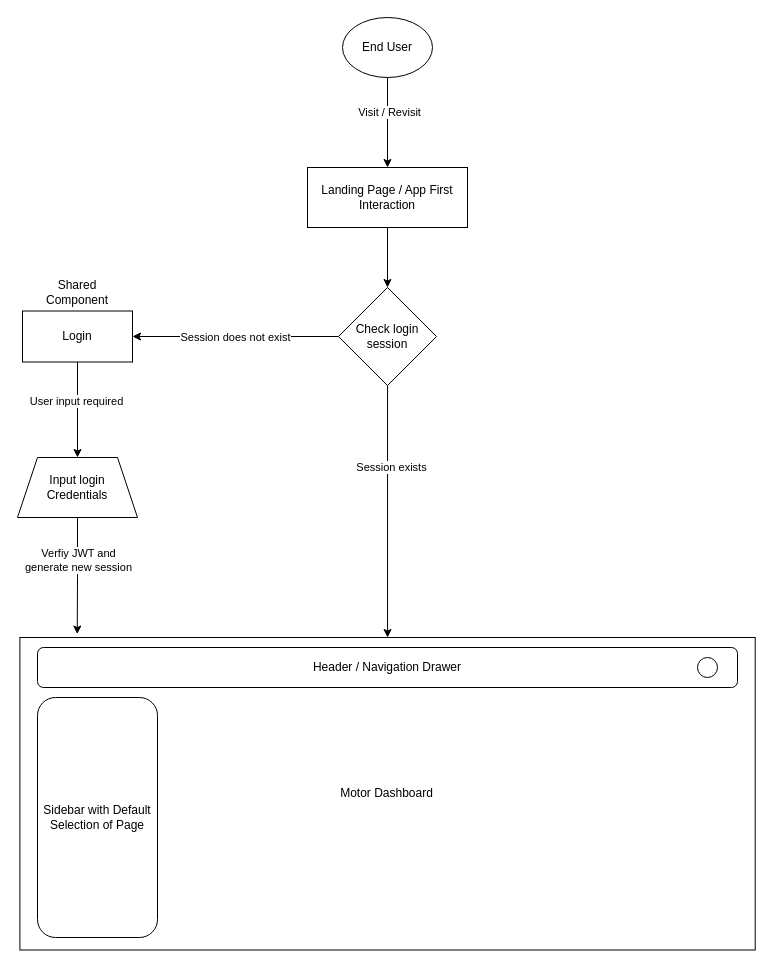
Before: front end.drawio in aashishinvy/nhcx, a draw.io diagram. Source tidied: cells renumbered, new cells numbered last; positions are measured from the earlier drawing's top-left corner, leaving out a move shared by most shapes. Both pictures are drawn from the tidied source at 100%, with x=0, y=0 at pixel (17, 17).
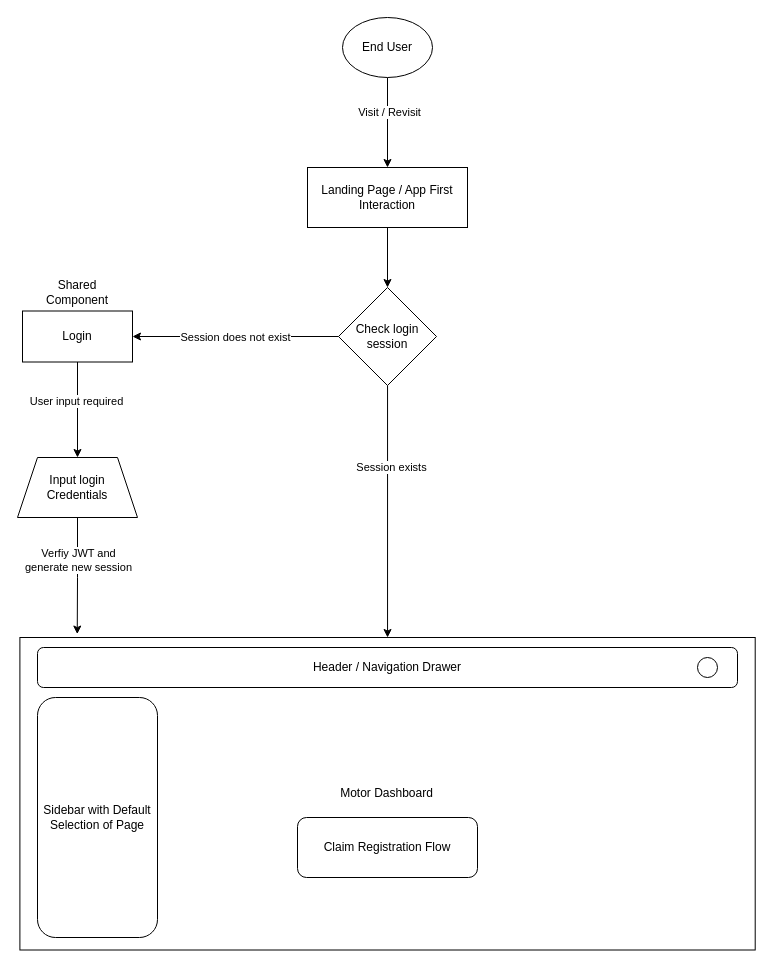
After the change.

Change to the diagram source:
```diff
@@
+    <mxCell id="23" value="Claim Registration Flow" style="rounded=1;whiteSpace=wrap;html=1;" parent="1" vertex="1">
+      <mxGeometry x="280" y="800" width="180" height="60" as="geometry" />
+    </mxCell>
```
